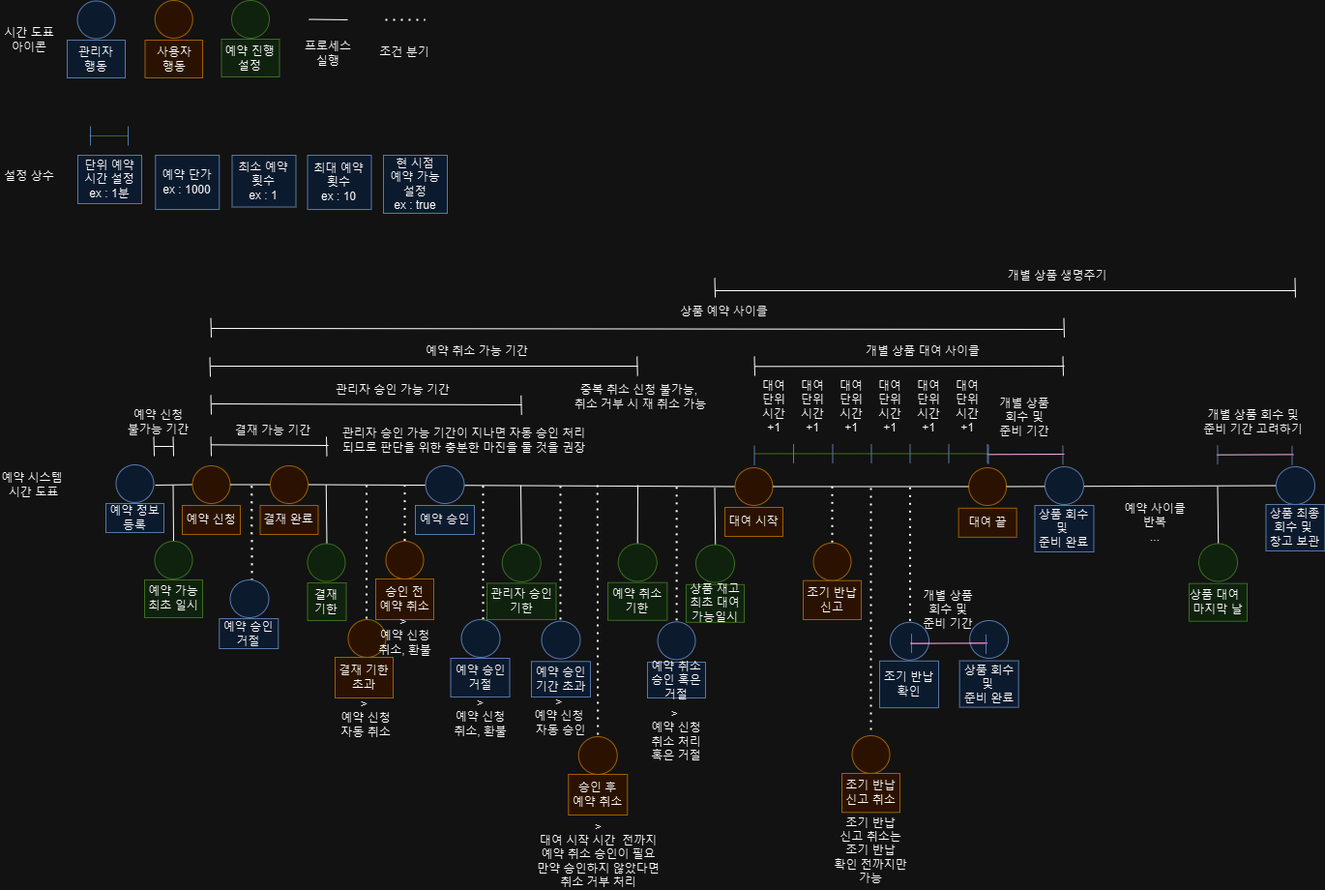
Earlier version of the draw.io export module-service-rental-reservation/external_files/logic/Reservation.drawio.png (RaillyLinker/Kotlin_SpringbootMvc_Template). Source tidied: cells renumbered, new cells last; positions are measured from the earlier drawing's top-left corner, leaving out a move shared by most shapes.
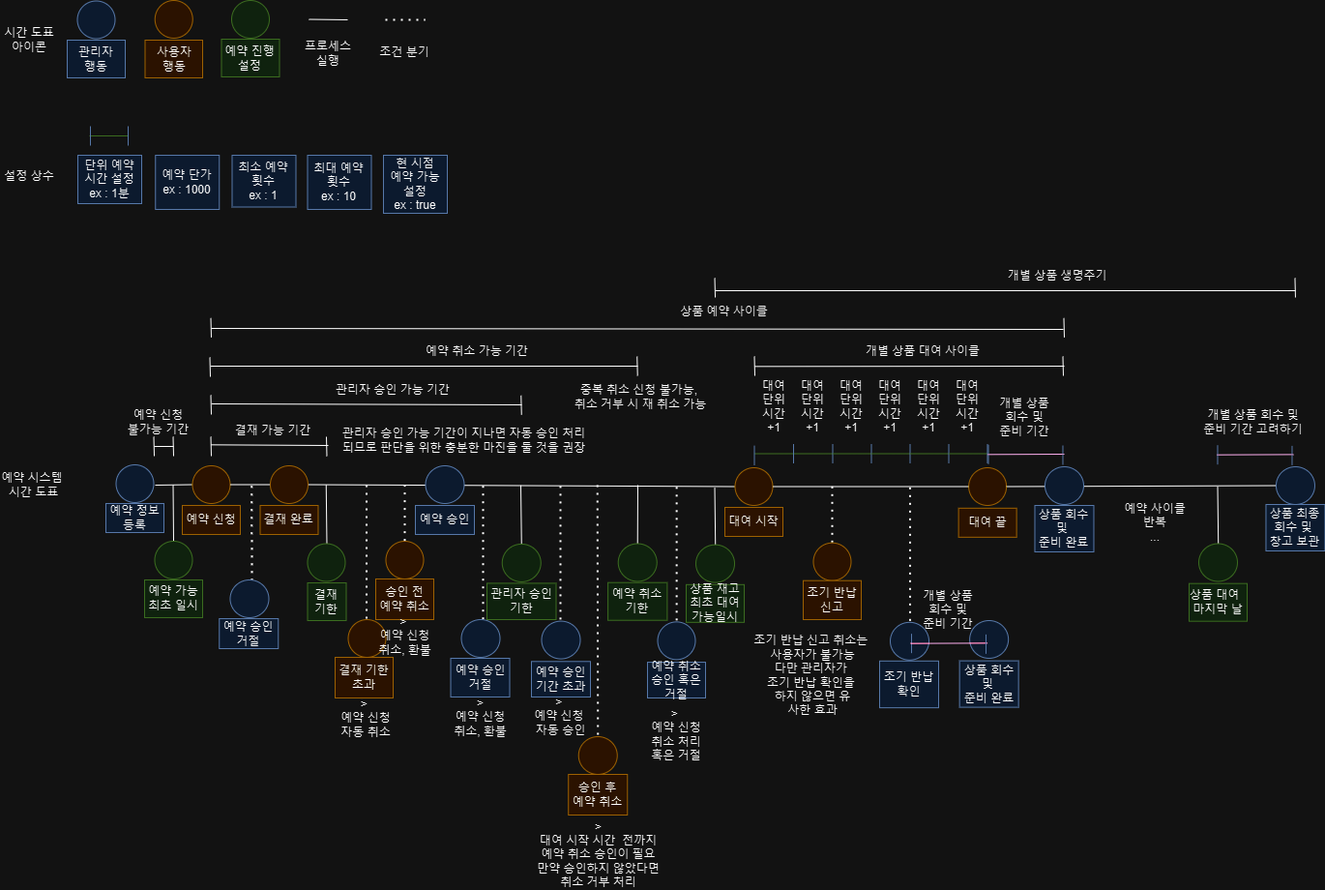
Above is the later version.

Change to the diagram source:
```diff
@@ -643,21 +643,6 @@
     <mxCell id="153" value="&amp;nbsp;개별 상품 생명주기" style="text;html=1;align=center;verticalAlign=middle;whiteSpace=wrap;rounded=0;" parent="1" vertex="1">
       <mxGeometry x="1012" y="270" width="158.9" height="30" as="geometry" />
     </mxCell>
-    <mxCell id="154" style="endArrow=none;dashed=1;html=1;dashPattern=1 3;strokeWidth=2;rounded=0;" parent="1" edge="1">
-      <mxGeometry relative="1" as="geometry">
-        <mxPoint x="900" y="504" as="sourcePoint" />
-        <mxPoint x="900" y="760" as="targetPoint" />
-      </mxGeometry>
-    </mxCell>
-    <mxCell id="155" style="ellipse;whiteSpace=wrap;html=1;fillColor=#ffe6cc;strokeColor=#d79b00;" parent="1" vertex="1">
-      <mxGeometry x="880.5" y="760" width="39" height="39" as="geometry" />
-    </mxCell>
-    <mxCell id="156" value="조기 반납&lt;div&gt;신고 취소&lt;/div&gt;" style="text;html=1;align=center;verticalAlign=middle;whiteSpace=wrap;rounded=0;fillColor=#ffe6cc;strokeColor=#d79b00;" parent="1" vertex="1">
-      <mxGeometry x="870" y="799" width="60" height="40.3" as="geometry" />
-    </mxCell>
-    <mxCell id="157" value="조기 반납&lt;div&gt;신고 취소는&lt;/div&gt;&lt;div&gt;조기 반납&lt;/div&gt;&lt;div&gt;확인 전까지만 가능&lt;/div&gt;" style="text;html=1;align=center;verticalAlign=middle;whiteSpace=wrap;rounded=0;" parent="1" vertex="1">
-      <mxGeometry x="855" y="839.3" width="90" height="79.6" as="geometry" />
-    </mxCell>
     <mxCell id="158" value="관리자 승인 가능 기간이 지나면 자동 승인 처리되므로 판단을 위한 충분한 마진을 둘 것을 권장" style="text;html=1;align=center;verticalAlign=middle;whiteSpace=wrap;rounded=0;" parent="1" vertex="1">
       <mxGeometry x="348" y="440" width="263" height="30" as="geometry" />
     </mxCell>
@@ -676,5 +661,8 @@
     <mxCell id="162" value="중복 취소 신청 불가능,&amp;nbsp;&lt;div&gt;취소 거부 시 재 취소 가능&lt;/div&gt;" style="text;html=1;align=center;verticalAlign=middle;whiteSpace=wrap;rounded=0;" parent="1" vertex="1">
       <mxGeometry x="587.2" y="389.7" width="150.3" height="40" as="geometry" />
     </mxCell>
+    <mxCell id="163" value="조기 반납 신고 취소는&amp;nbsp;&lt;div&gt;사용자가 불가능&lt;div&gt;다만 관리자가&amp;nbsp;&lt;/div&gt;&lt;div&gt;조기 반납 확인을&amp;nbsp;&lt;/div&gt;&lt;div&gt;하지 않으면 유&lt;/div&gt;&lt;div&gt;사한 효과&lt;/div&gt;&lt;/div&gt;" style="text;html=1;align=center;verticalAlign=middle;whiteSpace=wrap;rounded=0;" parent="1" vertex="1">
+      <mxGeometry x="775" y="642.8" width="130" height="110" as="geometry" />
+    </mxCell>
   </root>
 </mxGraphModel>
```
